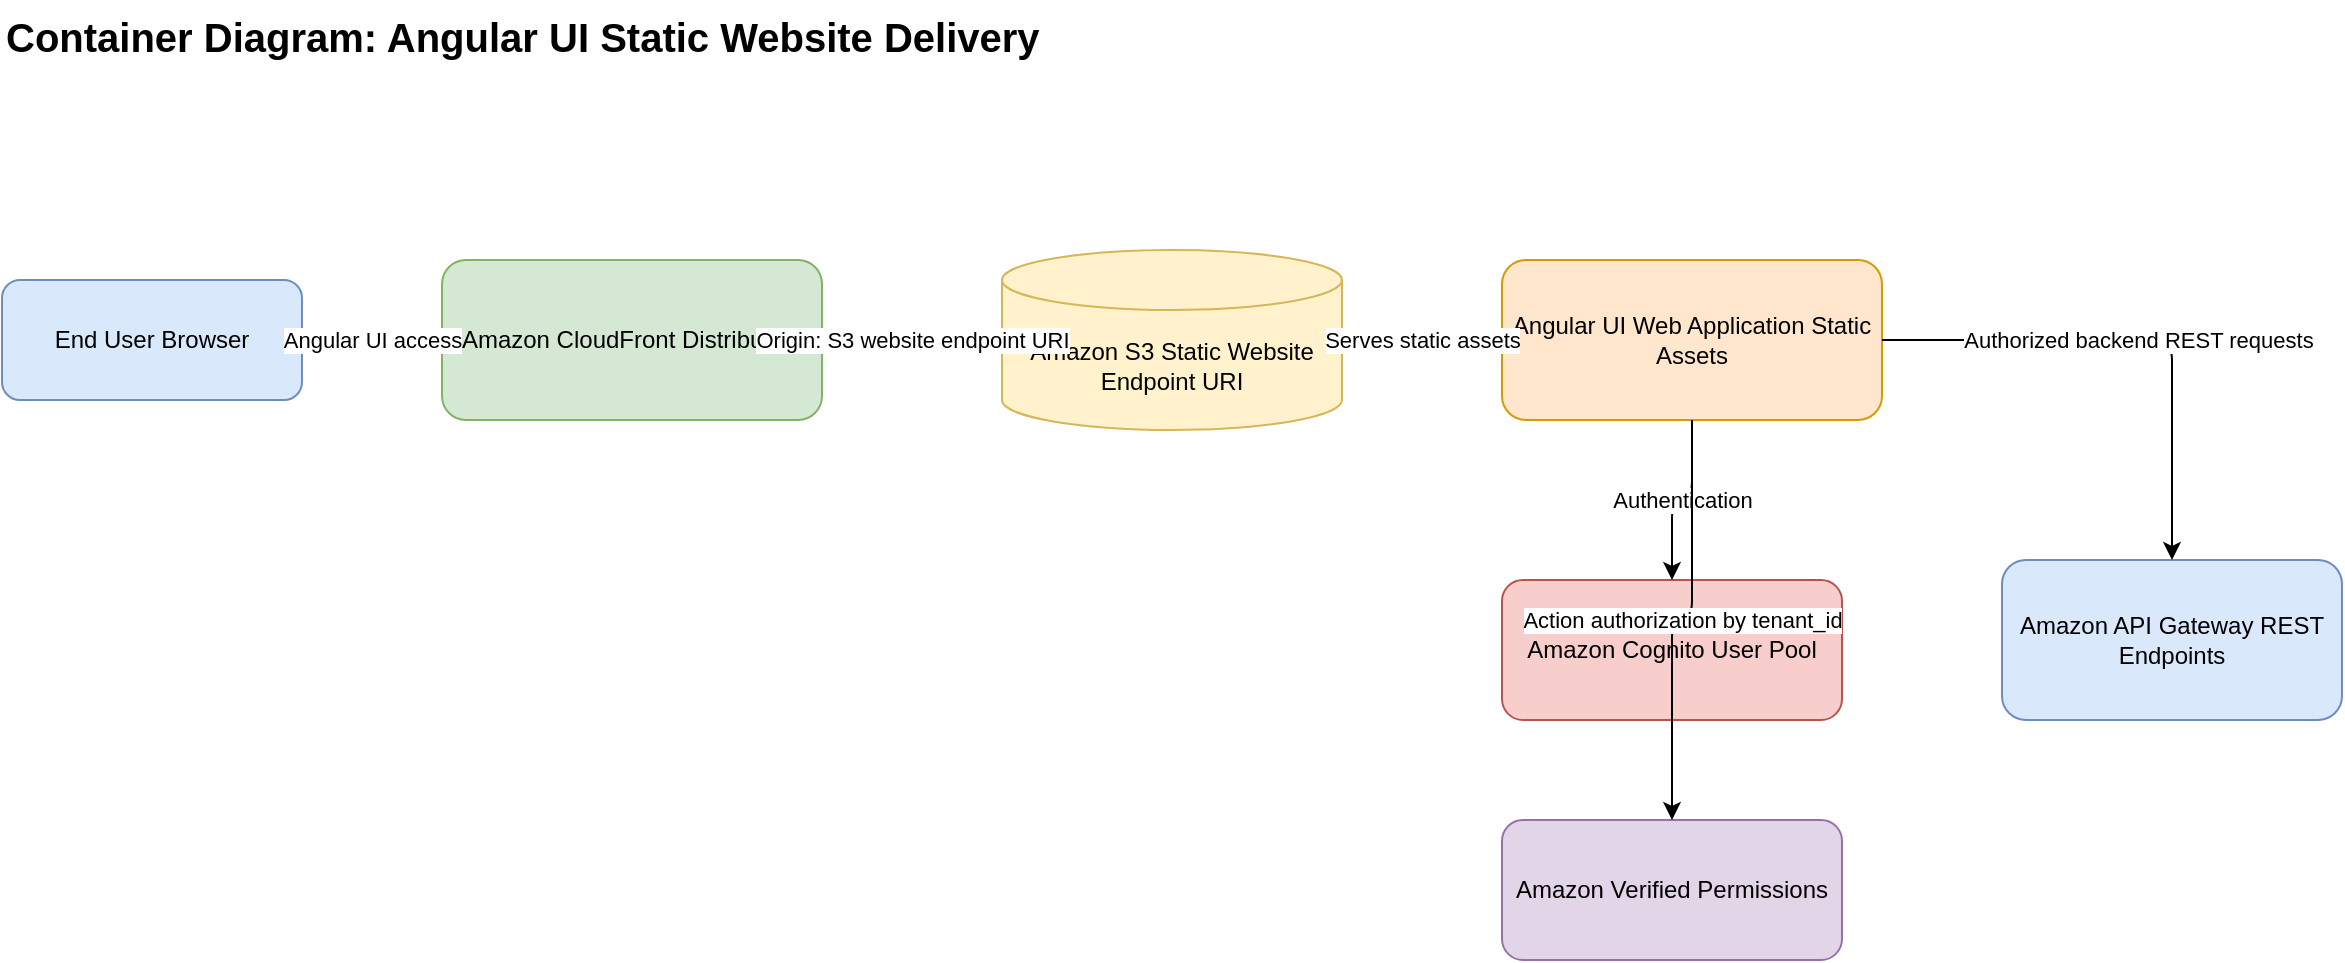
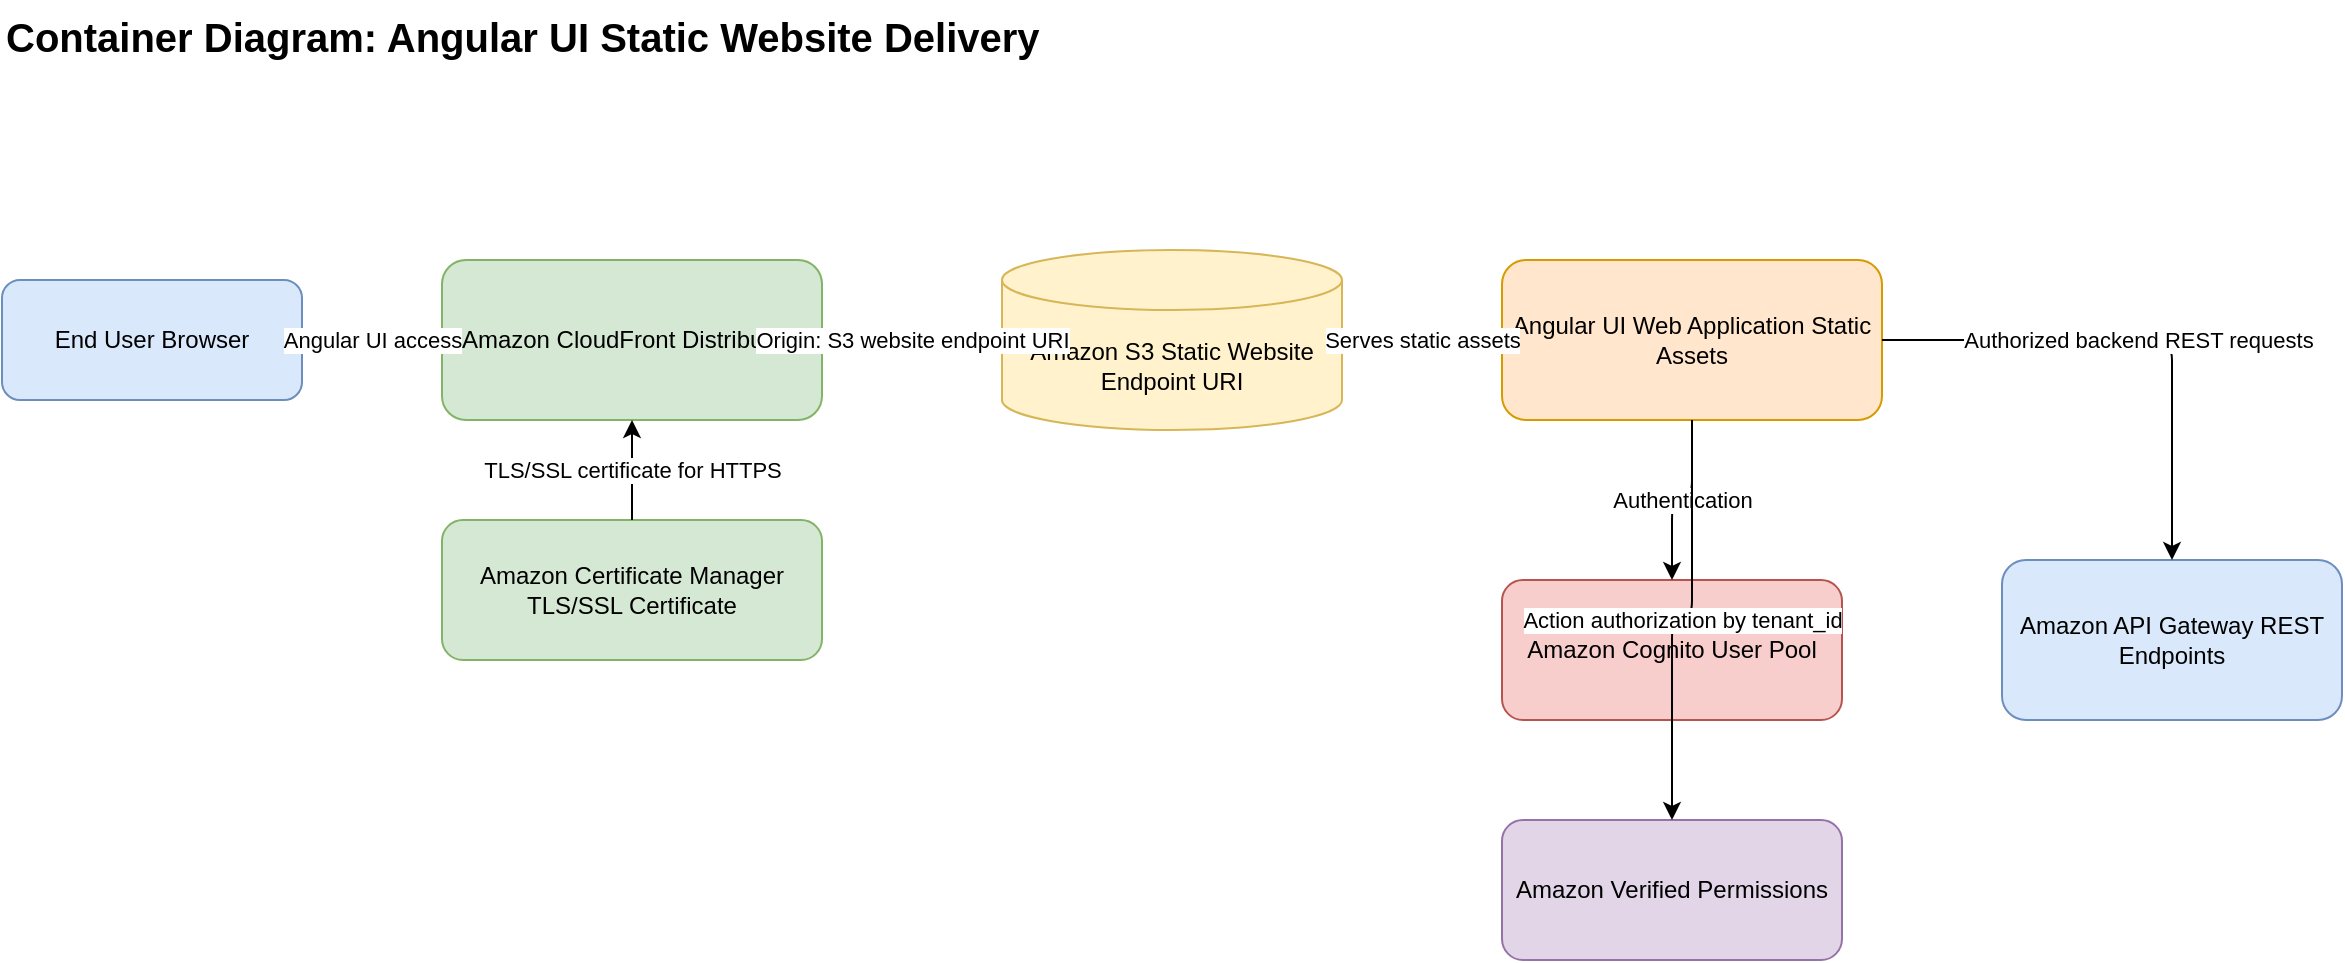
<mxGraphModel dx="1200" dy="800" grid="1" gridSize="10" guides="1" tooltips="1" connect="1" arrows="1" fold="1" page="1" pageScale="1" pageWidth="1200" pageHeight="850" math="0" shadow="0" adaptiveColors="auto">
  <root>
    <mxCell id="0"/>
    <mxCell id="1" parent="0"/>
    <mxCell id="title" value="Container Diagram: Angular UI Static Website Delivery" style="text;html=1;fontSize=20;fontStyle=1;strokeColor=none;fillColor=none;" vertex="1" parent="1">
      <mxGeometry x="40" y="20" width="600" height="40" as="geometry"/>
    </mxCell>
    <mxCell id="user" value="End User Browser" style="rounded=1;whiteSpace=wrap;html=1;fillColor=#dae8fc;strokeColor=#6c8ebf;" vertex="1" parent="1">
      <mxGeometry x="40" y="160" width="150" height="60" as="geometry"/>
    </mxCell>
    <mxCell id="cloudfront" value="Amazon CloudFront Distribution" style="rounded=1;whiteSpace=wrap;html=1;fillColor=#d5e8d4;strokeColor=#82b366;" vertex="1" parent="1">
      <mxGeometry x="260" y="150" width="190" height="80" as="geometry"/>
    </mxCell>
    <mxCell id="s3" value="Amazon S3 Static Website Endpoint URI" style="shape=cylinder3;whiteSpace=wrap;html=1;boundedLbl=1;backgroundOutline=1;size=15;fillColor=#fff2cc;strokeColor=#d6b656;" vertex="1" parent="1">
      <mxGeometry x="540" y="145" width="170" height="90" as="geometry"/>
    </mxCell>
    <mxCell id="angular" value="Angular UI Web Application Static Assets" style="rounded=1;whiteSpace=wrap;html=1;fillColor=#ffe6cc;strokeColor=#d79b00;" vertex="1" parent="1">
      <mxGeometry x="790" y="150" width="190" height="80" as="geometry"/>
    </mxCell>
    <mxCell id="cognito" value="Amazon Cognito User Pool" style="rounded=1;whiteSpace=wrap;html=1;fillColor=#f8cecc;strokeColor=#b85450;" vertex="1" parent="1">
      <mxGeometry x="790" y="310" width="170" height="70" as="geometry"/>
    </mxCell>
    <mxCell id="avp" value="Amazon Verified Permissions" style="rounded=1;whiteSpace=wrap;html=1;fillColor=#e1d5e7;strokeColor=#9673a6;" vertex="1" parent="1">
      <mxGeometry x="790" y="430" width="170" height="70" as="geometry"/>
    </mxCell>
    <mxCell id="apigw" value="Amazon API Gateway REST Endpoints" style="rounded=1;whiteSpace=wrap;html=1;fillColor=#dae8fc;strokeColor=#6c8ebf;" vertex="1" parent="1">
      <mxGeometry x="1040" y="300" width="170" height="80" as="geometry"/>
    </mxCell>
+     <mxCell id="acm" value="Amazon Certificate Manager TLS/SSL Certificate" style="rounded=1;whiteSpace=wrap;html=1;fillColor=#d5e8d4;strokeColor=#82b366;" vertex="1" parent="1">
+       <mxGeometry x="260" y="280" width="190" height="70" as="geometry"/>
+     </mxCell>
    <mxCell id="e1" value="Angular UI access" style="edgeStyle=orthogonalEdgeStyle;rounded=1;html=1;endArrow=classic;" edge="1" parent="1" source="user" target="cloudfront">
      <mxGeometry relative="1" as="geometry"/>
    </mxCell>
    <mxCell id="e2" value="Origin: S3 website endpoint URI" style="edgeStyle=orthogonalEdgeStyle;rounded=1;html=1;endArrow=classic;" edge="1" parent="1" source="cloudfront" target="s3">
      <mxGeometry relative="1" as="geometry"/>
    </mxCell>
    <mxCell id="e3" value="Serves static assets" style="edgeStyle=orthogonalEdgeStyle;rounded=1;html=1;endArrow=classic;" edge="1" parent="1" source="s3" target="angular">
      <mxGeometry relative="1" as="geometry"/>
    </mxCell>
    <mxCell id="e4" value="Authentication" style="edgeStyle=orthogonalEdgeStyle;rounded=1;html=1;endArrow=classic;" edge="1" parent="1" source="angular" target="cognito">
      <mxGeometry relative="1" as="geometry"/>
    </mxCell>
    <mxCell id="e5" value="Action authorization by tenant_id" style="edgeStyle=orthogonalEdgeStyle;rounded=1;html=1;endArrow=classic;" edge="1" parent="1" source="angular" target="avp">
      <mxGeometry relative="1" as="geometry"/>
    </mxCell>
    <mxCell id="e6" value="Authorized backend REST requests" style="edgeStyle=orthogonalEdgeStyle;rounded=1;html=1;endArrow=classic;" edge="1" parent="1" source="angular" target="apigw">
      <mxGeometry relative="1" as="geometry"/>
    </mxCell>
+     <mxCell id="e7" value="TLS/SSL certificate for HTTPS" style="edgeStyle=orthogonalEdgeStyle;rounded=1;html=1;endArrow=classic;" edge="1" parent="1" source="acm" target="cloudfront">
+       <mxGeometry relative="1" as="geometry"/>
+     </mxCell>
  </root>
</mxGraphModel>
